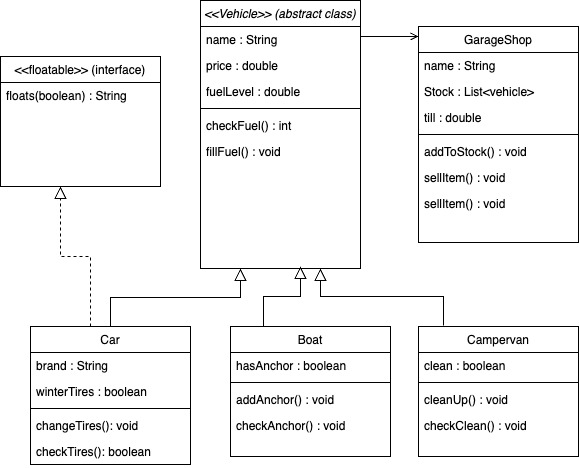
Above: updated_UML_class_diagram_garageShop.png in rosiemiall/polymorphism_lab (draw.io), before the change. Source tidied: cells renumbered, new cells last; positions are measured from the earlier drawing's top-left corner, leaving out a move shared by most shapes. Source of this version:
```xml
<mxGraphModel>
  <root>
    <mxCell id="0" />
    <mxCell id="1" parent="0" />
    <mxCell id="2" value="&lt;&lt;Vehicle&gt;&gt; (abstract class)" style="swimlane;fontStyle=2;align=center;verticalAlign=top;horizontal=1;startSize=26;rounded=0;shadow=0;strokeWidth=1;" parent="1" vertex="1">
      <mxGeometry x="200" width="160" height="268" as="geometry" />
    </mxCell>
    <mxCell id="3" value="name : String" style="text;align=left;verticalAlign=top;spacingLeft=4;spacingRight=4;overflow=hidden;" parent="2" vertex="1">
      <mxGeometry y="26" width="160" height="26" as="geometry" />
    </mxCell>
    <mxCell id="4" value="price : double" style="text;align=left;verticalAlign=top;spacingLeft=4;spacingRight=4;overflow=hidden;" parent="2" vertex="1">
      <mxGeometry y="52" width="160" height="26" as="geometry" />
    </mxCell>
    <mxCell id="5" value="fuelLevel : double" style="text;align=left;verticalAlign=top;spacingLeft=4;spacingRight=4;overflow=hidden;rounded=0;shadow=0;html=0;" parent="2" vertex="1">
      <mxGeometry y="78" width="160" height="26" as="geometry" />
    </mxCell>
    <mxCell id="6" style="line;html=1;strokeWidth=1;align=left;verticalAlign=middle;spacingTop=-1;spacingLeft=3;spacingRight=3;labelPosition=right;" parent="2" vertex="1">
      <mxGeometry y="104" width="160" height="8" as="geometry" />
    </mxCell>
    <mxCell id="7" value="checkFuel() : int" style="text;align=left;verticalAlign=top;spacingLeft=4;spacingRight=4;overflow=hidden;" parent="2" vertex="1">
      <mxGeometry y="112" width="160" height="26" as="geometry" />
    </mxCell>
    <mxCell id="8" value="fillFuel() : void" style="text;align=left;verticalAlign=top;spacingLeft=4;spacingRight=4;overflow=hidden;" parent="2" vertex="1">
      <mxGeometry y="138" width="160" height="26" as="geometry" />
    </mxCell>
    <mxCell id="9" value="Car" style="swimlane;fontStyle=0;align=center;verticalAlign=top;horizontal=1;startSize=26;rounded=0;shadow=0;strokeWidth=1;" parent="1" vertex="1">
      <mxGeometry x="30" y="326" width="160" height="138" as="geometry" />
    </mxCell>
    <mxCell id="10" value="brand : String" style="text;align=left;verticalAlign=top;spacingLeft=4;spacingRight=4;overflow=hidden;" parent="9" vertex="1">
      <mxGeometry y="26" width="160" height="26" as="geometry" />
    </mxCell>
    <mxCell id="11" value="winterTires : boolean" style="text;align=left;verticalAlign=top;spacingLeft=4;spacingRight=4;overflow=hidden;rounded=0;shadow=0;html=0;" parent="9" vertex="1">
      <mxGeometry y="52" width="160" height="26" as="geometry" />
    </mxCell>
    <mxCell id="12" style="line;html=1;strokeWidth=1;align=left;verticalAlign=middle;spacingTop=-1;spacingLeft=3;spacingRight=3;labelPosition=right;" parent="9" vertex="1">
      <mxGeometry y="78" width="160" height="8" as="geometry" />
    </mxCell>
    <mxCell id="13" value="changeTires(): void" style="text;align=left;verticalAlign=top;spacingLeft=4;spacingRight=4;overflow=hidden;fontStyle=0;" parent="9" vertex="1">
      <mxGeometry y="86" width="160" height="26" as="geometry" />
    </mxCell>
    <mxCell id="14" value="checkTires(): boolean" style="text;align=left;verticalAlign=top;spacingLeft=4;spacingRight=4;overflow=hidden;fontStyle=0;" parent="9" vertex="1">
      <mxGeometry y="112" width="160" height="26" as="geometry" />
    </mxCell>
    <mxCell id="15" style="endArrow=block;endSize=10;endFill=0;shadow=0;strokeWidth=1;rounded=0;edgeStyle=elbowEdgeStyle;elbow=vertical;entryX=0.25;entryY=1;entryDx=0;entryDy=0;" parent="1" edge="1" source="9" target="2">
      <mxGeometry relative="1" as="geometry" />
    </mxCell>
    <mxCell id="16" value="Boat" style="swimlane;fontStyle=0;align=center;verticalAlign=top;horizontal=1;startSize=26;rounded=0;shadow=0;strokeWidth=1;" parent="1" vertex="1">
      <mxGeometry x="230" y="326" width="160" height="130" as="geometry" />
    </mxCell>
    <mxCell id="17" value="hasAnchor : boolean" style="text;align=left;verticalAlign=top;spacingLeft=4;spacingRight=4;overflow=hidden;" parent="16" vertex="1">
      <mxGeometry y="26" width="160" height="26" as="geometry" />
    </mxCell>
    <mxCell id="18" style="line;html=1;strokeWidth=1;align=left;verticalAlign=middle;spacingTop=-1;spacingLeft=3;spacingRight=3;labelPosition=right;" parent="16" vertex="1">
      <mxGeometry y="52" width="160" height="8" as="geometry" />
    </mxCell>
    <mxCell id="19" value="addAnchor() : void" style="text;align=left;verticalAlign=top;spacingLeft=4;spacingRight=4;overflow=hidden;" parent="16" vertex="1">
      <mxGeometry y="60" width="160" height="26" as="geometry" />
    </mxCell>
    <mxCell id="20" value="checkAnchor() : void" style="text;align=left;verticalAlign=top;spacingLeft=4;spacingRight=4;overflow=hidden;" parent="16" vertex="1">
      <mxGeometry y="86" width="160" height="26" as="geometry" />
    </mxCell>
    <mxCell id="21" value="GarageShop" style="swimlane;fontStyle=0;align=center;verticalAlign=top;horizontal=1;startSize=26;rounded=0;shadow=0;strokeWidth=1;" parent="1" vertex="1">
      <mxGeometry x="418" y="26" width="160" height="216" as="geometry" />
    </mxCell>
    <mxCell id="22" value="name : String" style="text;align=left;verticalAlign=top;spacingLeft=4;spacingRight=4;overflow=hidden;" parent="21" vertex="1">
      <mxGeometry y="26" width="160" height="26" as="geometry" />
    </mxCell>
    <mxCell id="23" value="Stock : List&lt;vehicle&gt;" style="text;align=left;verticalAlign=top;spacingLeft=4;spacingRight=4;overflow=hidden;rounded=0;shadow=0;html=0;" parent="21" vertex="1">
      <mxGeometry y="52" width="160" height="26" as="geometry" />
    </mxCell>
    <mxCell id="24" value="till : double" style="text;align=left;verticalAlign=top;spacingLeft=4;spacingRight=4;overflow=hidden;rounded=0;shadow=0;html=0;" parent="21" vertex="1">
      <mxGeometry y="78" width="160" height="26" as="geometry" />
    </mxCell>
    <mxCell id="25" style="line;html=1;strokeWidth=1;align=left;verticalAlign=middle;spacingTop=-1;spacingLeft=3;spacingRight=3;labelPosition=right;" parent="21" vertex="1">
      <mxGeometry y="104" width="160" height="8" as="geometry" />
    </mxCell>
    <mxCell id="26" value="addToStock() : void" style="text;align=left;verticalAlign=top;spacingLeft=4;spacingRight=4;overflow=hidden;" parent="21" vertex="1">
      <mxGeometry y="112" width="160" height="26" as="geometry" />
    </mxCell>
    <mxCell id="27" value="sellItem() : void" style="text;align=left;verticalAlign=top;spacingLeft=4;spacingRight=4;overflow=hidden;" parent="21" vertex="1">
      <mxGeometry y="138" width="160" height="26" as="geometry" />
    </mxCell>
    <mxCell id="28" value="sellItem() : void" style="text;align=left;verticalAlign=top;spacingLeft=4;spacingRight=4;overflow=hidden;" parent="21" vertex="1">
      <mxGeometry y="164" width="160" height="26" as="geometry" />
    </mxCell>
    <mxCell id="29" style="endArrow=open;shadow=0;strokeWidth=1;rounded=0;endFill=1;edgeStyle=elbowEdgeStyle;elbow=vertical;" parent="1" edge="1">
      <mxGeometry x="0.5" y="41" relative="1" as="geometry">
        <mxPoint x="360" y="36" as="sourcePoint" />
        <mxPoint x="418" y="36" as="targetPoint" />
        <mxPoint x="-40" y="32" as="offset" />
      </mxGeometry>
    </mxCell>
    <mxCell id="30" style="align=left;verticalAlign=bottom;labelBackgroundColor=none;fontSize=12;" parent="29" vertex="1">
      <mxGeometry x="-1" relative="1" as="geometry">
        <mxPoint y="4" as="offset" />
      </mxGeometry>
    </mxCell>
    <mxCell id="31" style="endArrow=block;endSize=10;endFill=0;shadow=0;strokeWidth=1;rounded=0;edgeStyle=elbowEdgeStyle;elbow=vertical;exitX=0.206;exitY=0;exitDx=0;exitDy=0;exitPerimeter=0;" parent="1" edge="1" source="16">
      <mxGeometry relative="1" as="geometry">
        <mxPoint x="300" y="266" as="targetPoint" />
      </mxGeometry>
    </mxCell>
    <mxCell id="32" value="Campervan" style="swimlane;fontStyle=0;align=center;verticalAlign=top;horizontal=1;startSize=26;rounded=0;shadow=0;strokeWidth=1;" parent="1" vertex="1">
      <mxGeometry x="418" y="326" width="160" height="130" as="geometry" />
    </mxCell>
    <mxCell id="33" value="clean : boolean" style="text;align=left;verticalAlign=top;spacingLeft=4;spacingRight=4;overflow=hidden;" parent="32" vertex="1">
      <mxGeometry y="26" width="160" height="26" as="geometry" />
    </mxCell>
    <mxCell id="34" style="line;html=1;strokeWidth=1;align=left;verticalAlign=middle;spacingTop=-1;spacingLeft=3;spacingRight=3;labelPosition=right;" parent="32" vertex="1">
      <mxGeometry y="52" width="160" height="8" as="geometry" />
    </mxCell>
    <mxCell id="35" value="cleanUp() : void" style="text;align=left;verticalAlign=top;spacingLeft=4;spacingRight=4;overflow=hidden;" parent="32" vertex="1">
      <mxGeometry y="60" width="160" height="26" as="geometry" />
    </mxCell>
    <mxCell id="36" value="checkClean() : void" style="text;align=left;verticalAlign=top;spacingLeft=4;spacingRight=4;overflow=hidden;" parent="32" vertex="1">
      <mxGeometry y="86" width="160" height="26" as="geometry" />
    </mxCell>
    <mxCell id="37" style="endArrow=block;endSize=10;endFill=0;shadow=0;strokeWidth=1;rounded=0;edgeStyle=elbowEdgeStyle;elbow=vertical;exitX=0.156;exitY=-0.008;exitDx=0;exitDy=0;exitPerimeter=0;entryX=0.75;entryY=1;entryDx=0;entryDy=0;" parent="1" edge="1" source="32" target="2">
      <mxGeometry relative="1" as="geometry" />
    </mxCell>
    <mxCell id="38" style="endArrow=block;endSize=10;endFill=0;shadow=0;strokeWidth=1;rounded=0;edgeStyle=elbowEdgeStyle;elbow=vertical;dashed=1;" parent="1" edge="1">
      <mxGeometry relative="1" as="geometry">
        <mxPoint x="90" y="326" as="sourcePoint" />
        <mxPoint x="60" y="186" as="targetPoint" />
      </mxGeometry>
    </mxCell>
    <mxCell id="39" value="&lt;&lt;floatable&gt;&gt; (interface)" style="swimlane;fontStyle=0;align=center;verticalAlign=top;horizontal=1;startSize=26;rounded=0;shadow=0;strokeWidth=1;" parent="1" vertex="1">
      <mxGeometry y="56" width="160" height="130" as="geometry" />
    </mxCell>
    <mxCell id="40" value="floats(boolean) : String" style="text;align=left;verticalAlign=top;spacingLeft=4;spacingRight=4;overflow=hidden;" parent="39" vertex="1">
      <mxGeometry y="26" width="160" height="26" as="geometry" />
    </mxCell>
  </root>
</mxGraphModel>
```
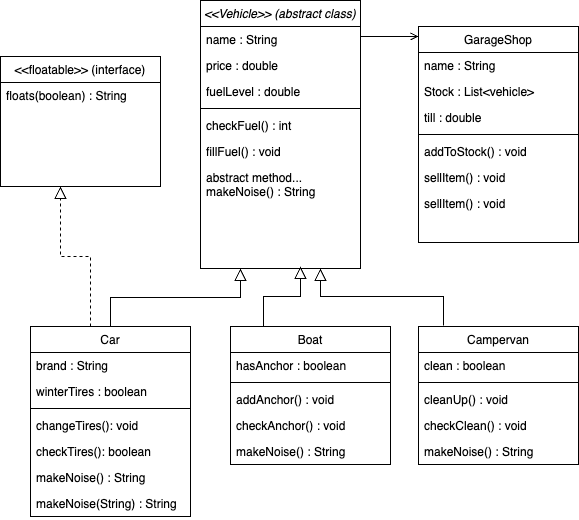
After the change.

What changed in the source:
```diff
@@ -23,8 +23,11 @@
     <mxCell id="8" value="fillFuel() : void" style="text;align=left;verticalAlign=top;spacingLeft=4;spacingRight=4;overflow=hidden;" parent="2" vertex="1">
       <mxGeometry y="138" width="160" height="26" as="geometry" />
     </mxCell>
+    <mxCell id="41" value="abstract method...&#10;makeNoise() : String " style="text;align=left;verticalAlign=top;spacingLeft=4;spacingRight=4;overflow=hidden;" parent="2" vertex="1">
+      <mxGeometry y="164" width="160" height="46" as="geometry" />
+    </mxCell>
     <mxCell id="9" value="Car" style="swimlane;fontStyle=0;align=center;verticalAlign=top;horizontal=1;startSize=26;rounded=0;shadow=0;strokeWidth=1;" parent="1" vertex="1">
-      <mxGeometry x="30" y="326" width="160" height="138" as="geometry" />
+      <mxGeometry x="30" y="326" width="160" height="190" as="geometry" />
     </mxCell>
     <mxCell id="10" value="brand : String" style="text;align=left;verticalAlign=top;spacingLeft=4;spacingRight=4;overflow=hidden;" parent="9" vertex="1">
       <mxGeometry y="26" width="160" height="26" as="geometry" />
@@ -41,11 +44,17 @@
     <mxCell id="14" value="checkTires(): boolean" style="text;align=left;verticalAlign=top;spacingLeft=4;spacingRight=4;overflow=hidden;fontStyle=0;" parent="9" vertex="1">
       <mxGeometry y="112" width="160" height="26" as="geometry" />
     </mxCell>
+    <mxCell id="42" value="makeNoise() : String" style="text;align=left;verticalAlign=top;spacingLeft=4;spacingRight=4;overflow=hidden;" parent="9" vertex="1">
+      <mxGeometry y="138" width="160" height="26" as="geometry" />
+    </mxCell>
+    <mxCell id="43" value="makeNoise(String) : String" style="text;align=left;verticalAlign=top;spacingLeft=4;spacingRight=4;overflow=hidden;" parent="9" vertex="1">
+      <mxGeometry y="164" width="160" height="26" as="geometry" />
+    </mxCell>
     <mxCell id="15" style="endArrow=block;endSize=10;endFill=0;shadow=0;strokeWidth=1;rounded=0;edgeStyle=elbowEdgeStyle;elbow=vertical;entryX=0.25;entryY=1;entryDx=0;entryDy=0;" parent="1" edge="1" source="9" target="2">
       <mxGeometry relative="1" as="geometry" />
     </mxCell>
     <mxCell id="16" value="Boat" style="swimlane;fontStyle=0;align=center;verticalAlign=top;horizontal=1;startSize=26;rounded=0;shadow=0;strokeWidth=1;" parent="1" vertex="1">
-      <mxGeometry x="230" y="326" width="160" height="130" as="geometry" />
+      <mxGeometry x="230" y="326" width="160" height="138" as="geometry" />
     </mxCell>
     <mxCell id="17" value="hasAnchor : boolean" style="text;align=left;verticalAlign=top;spacingLeft=4;spacingRight=4;overflow=hidden;" parent="16" vertex="1">
       <mxGeometry y="26" width="160" height="26" as="geometry" />
@@ -59,6 +68,9 @@
     <mxCell id="20" value="checkAnchor() : void" style="text;align=left;verticalAlign=top;spacingLeft=4;spacingRight=4;overflow=hidden;" parent="16" vertex="1">
       <mxGeometry y="86" width="160" height="26" as="geometry" />
     </mxCell>
+    <mxCell id="44" value="makeNoise() : String" style="text;align=left;verticalAlign=top;spacingLeft=4;spacingRight=4;overflow=hidden;" parent="16" vertex="1">
+      <mxGeometry y="112" width="160" height="26" as="geometry" />
+    </mxCell>
     <mxCell id="21" value="GarageShop" style="swimlane;fontStyle=0;align=center;verticalAlign=top;horizontal=1;startSize=26;rounded=0;shadow=0;strokeWidth=1;" parent="1" vertex="1">
       <mxGeometry x="418" y="26" width="160" height="216" as="geometry" />
     </mxCell>
@@ -101,7 +113,7 @@
       </mxGeometry>
     </mxCell>
     <mxCell id="32" value="Campervan" style="swimlane;fontStyle=0;align=center;verticalAlign=top;horizontal=1;startSize=26;rounded=0;shadow=0;strokeWidth=1;" parent="1" vertex="1">
-      <mxGeometry x="418" y="326" width="160" height="130" as="geometry" />
+      <mxGeometry x="418" y="326" width="160" height="138" as="geometry" />
     </mxCell>
     <mxCell id="33" value="clean : boolean" style="text;align=left;verticalAlign=top;spacingLeft=4;spacingRight=4;overflow=hidden;" parent="32" vertex="1">
       <mxGeometry y="26" width="160" height="26" as="geometry" />
@@ -115,6 +127,9 @@
     <mxCell id="36" value="checkClean() : void" style="text;align=left;verticalAlign=top;spacingLeft=4;spacingRight=4;overflow=hidden;" parent="32" vertex="1">
       <mxGeometry y="86" width="160" height="26" as="geometry" />
     </mxCell>
+    <mxCell id="45" value="makeNoise() : String" style="text;align=left;verticalAlign=top;spacingLeft=4;spacingRight=4;overflow=hidden;" parent="32" vertex="1">
+      <mxGeometry y="112" width="160" height="26" as="geometry" />
+    </mxCell>
     <mxCell id="37" style="endArrow=block;endSize=10;endFill=0;shadow=0;strokeWidth=1;rounded=0;edgeStyle=elbowEdgeStyle;elbow=vertical;exitX=0.156;exitY=-0.008;exitDx=0;exitDy=0;exitPerimeter=0;entryX=0.75;entryY=1;entryDx=0;entryDy=0;" parent="1" edge="1" source="32" target="2">
       <mxGeometry relative="1" as="geometry" />
     </mxCell>
```
